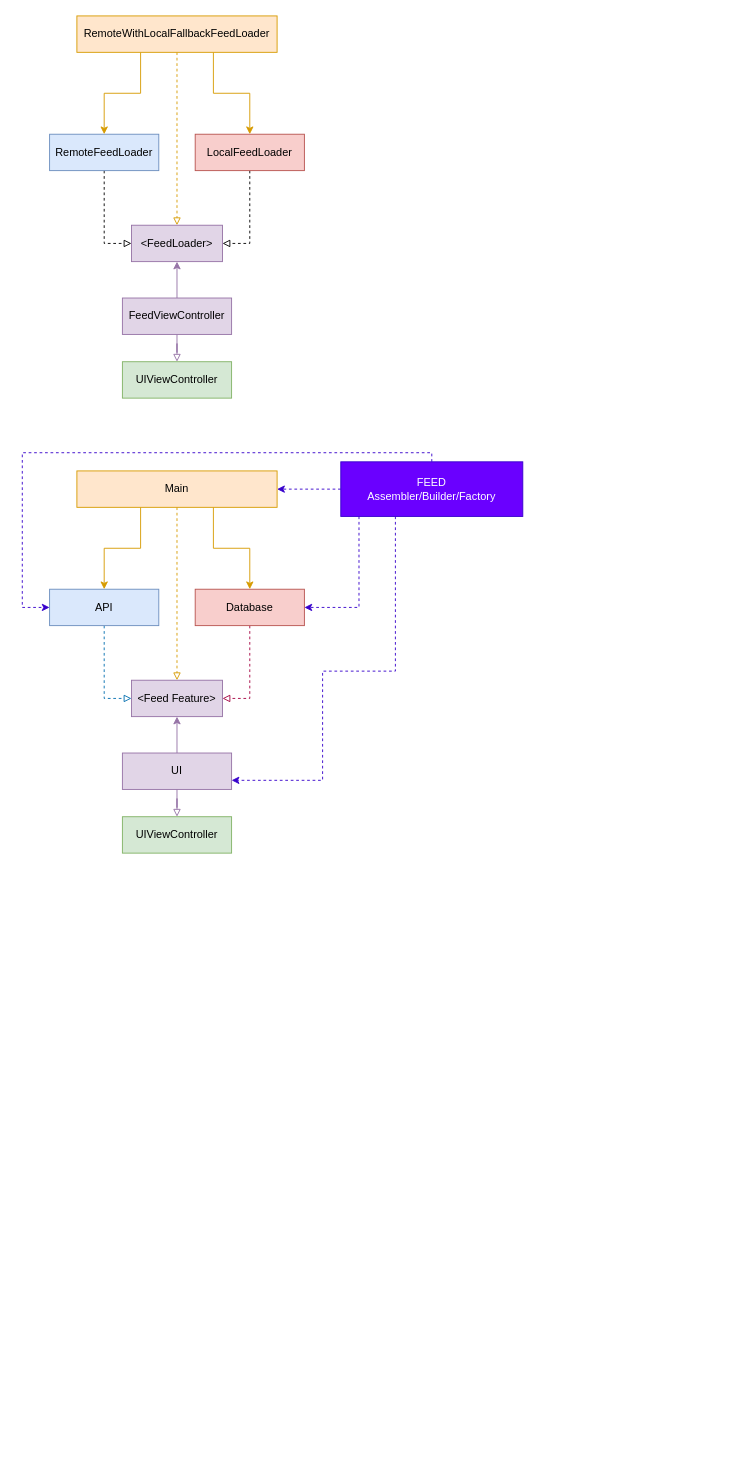
Before: Untitled Diagram.drawio in zmkhtr/diagrams, a draw.io diagram. Source tidied: cells renumbered, new cells numbered last; positions are measured from the earlier drawing's top-left corner, leaving out a move shared by most shapes. Both pictures are drawn from the tidied source at 91%, with x=0, y=0 at pixel (22, 15).
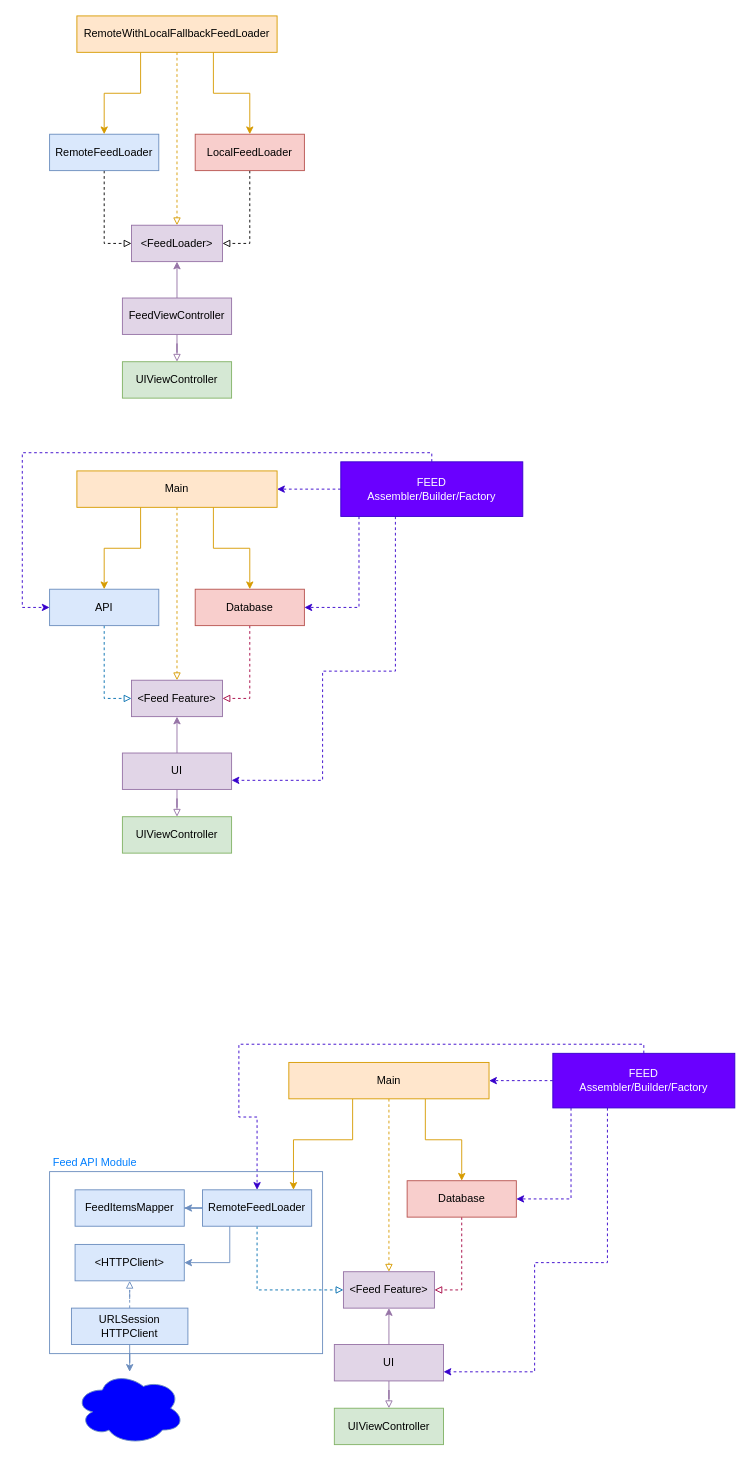
The same diagram, later.

The edit, as a diff of the source:
```diff
@@
+    <mxCell id="33" style="edgeStyle=orthogonalEdgeStyle;rounded=0;jettySize=auto;html=1;fontColor=#1726FF;endArrow=block;endFill=0;fillColor=#e1d5e7;strokeColor=#9673a6;" parent="1" edge="1" source="35" target="36">
+      <mxGeometry relative="1" as="geometry" />
+    </mxCell>
+    <mxCell id="34" style="edgeStyle=orthogonalEdgeStyle;rounded=0;jettySize=auto;html=1;fontColor=#1726FF;endArrow=classic;endFill=1;fillColor=#e1d5e7;strokeColor=#9673a6;" parent="1" edge="1" source="35" target="37">
+      <mxGeometry relative="1" as="geometry" />
+    </mxCell>
+    <mxCell id="35" value="UI" style="rounded=0;whiteSpace=wrap;html=1;fillColor=#e1d5e7;strokeColor=#9673a6;" parent="1" vertex="1">
+      <mxGeometry x="342.9" y="1460" width="120" height="40" as="geometry" />
+    </mxCell>
+    <mxCell id="36" value="UIViewController" style="rounded=0;whiteSpace=wrap;html=1;fillColor=#d5e8d4;strokeColor=#82b366;" parent="1" vertex="1">
+      <mxGeometry x="342.9" y="1530" width="120" height="40" as="geometry" />
+    </mxCell>
+    <mxCell id="37" value="&amp;lt;Feed Feature&amp;gt;" style="rounded=0;whiteSpace=wrap;html=1;fillColor=#e1d5e7;strokeColor=#9673a6;" parent="1" vertex="1">
+      <mxGeometry x="352.9" y="1380" width="100" height="40" as="geometry" />
+    </mxCell>
+    <mxCell id="38" style="edgeStyle=orthogonalEdgeStyle;rounded=0;jettySize=auto;html=1;entryX=0;entryY=0.5;entryDx=0;entryDy=0;fontColor=#1726FF;endArrow=block;endFill=0;dashed=1;fillColor=#1ba1e2;strokeColor=#006EAF;exitX=0.5;exitY=1;exitDx=0;exitDy=0;" parent="1" edge="1" source="41" target="37">
+      <mxGeometry relative="1" as="geometry" />
+    </mxCell>
+    <mxCell id="39" style="edgeStyle=orthogonalEdgeStyle;rounded=0;jettySize=auto;html=1;entryX=1;entryY=0.5;entryDx=0;entryDy=0;fillColor=#dae8fc;strokeColor=#6c8ebf;" parent="1" edge="1" source="41" target="54">
+      <mxGeometry relative="1" as="geometry">
+        <Array as="points">
+          <mxPoint x="228" y="1370" />
+        </Array>
+      </mxGeometry>
+    </mxCell>
+    <mxCell id="40" style="edgeStyle=orthogonalEdgeStyle;rounded=0;jettySize=auto;html=1;fillColor=#dae8fc;strokeColor=#6c8ebf;" parent="1" edge="1" source="41" target="53">
+      <mxGeometry relative="1" as="geometry" />
+    </mxCell>
+    <mxCell id="41" value="RemoteFeedLoader" style="rounded=0;whiteSpace=wrap;html=1;fillColor=#dae8fc;strokeColor=#6c8ebf;" parent="1" vertex="1">
+      <mxGeometry x="198" y="1290" width="120" height="40" as="geometry" />
+    </mxCell>
+    <mxCell id="42" style="edgeStyle=orthogonalEdgeStyle;rounded=0;jettySize=auto;html=1;entryX=1;entryY=0.5;entryDx=0;entryDy=0;fontColor=#1726FF;endArrow=block;endFill=0;dashed=1;fillColor=#d80073;strokeColor=#A50040;" parent="1" edge="1" source="43" target="37">
+      <mxGeometry relative="1" as="geometry" />
+    </mxCell>
+    <mxCell id="43" value="Database" style="rounded=0;whiteSpace=wrap;html=1;fillColor=#f8cecc;strokeColor=#b85450;" parent="1" vertex="1">
+      <mxGeometry x="422.9" y="1280" width="120" height="40" as="geometry" />
+    </mxCell>
+    <mxCell id="44" style="edgeStyle=orthogonalEdgeStyle;rounded=0;jettySize=auto;html=1;dashed=1;fontColor=#1726FF;endArrow=block;endFill=0;fillColor=#ffe6cc;strokeColor=#d79b00;" parent="1" edge="1" source="47" target="37">
+      <mxGeometry relative="1" as="geometry" />
+    </mxCell>
+    <mxCell id="45" style="edgeStyle=orthogonalEdgeStyle;rounded=0;jettySize=auto;html=1;fontColor=#1726FF;endArrow=classic;endFill=1;strokeColor=#d79b00;fillColor=#ffe6cc;" parent="1" edge="1" source="47" target="41">
+      <mxGeometry relative="1" as="geometry">
+        <Array as="points">
+          <mxPoint x="363" y="1235" />
+          <mxPoint x="298" y="1235" />
+        </Array>
+      </mxGeometry>
+    </mxCell>
+    <mxCell id="46" style="edgeStyle=orthogonalEdgeStyle;rounded=0;jettySize=auto;html=1;fontColor=#1726FF;endArrow=classic;endFill=1;strokeColor=#d79b00;fillColor=#ffe6cc;" parent="1" edge="1" source="47" target="43">
+      <mxGeometry relative="1" as="geometry">
+        <Array as="points">
+          <mxPoint x="442.9" y="1235" />
+          <mxPoint x="482.9" y="1235" />
+        </Array>
+      </mxGeometry>
+    </mxCell>
+    <mxCell id="47" value="Main" style="rounded=0;whiteSpace=wrap;html=1;fillColor=#ffe6cc;strokeColor=#d79b00;" parent="1" vertex="1">
+      <mxGeometry x="292.9" y="1150" width="220" height="40" as="geometry" />
+    </mxCell>
+    <mxCell id="48" style="edgeStyle=orthogonalEdgeStyle;rounded=0;jettySize=auto;html=1;dashed=1;fillColor=#6a00ff;strokeColor=#3700CC;entryX=0.5;entryY=0;entryDx=0;entryDy=0;" parent="1" edge="1" source="52" target="41">
+      <mxGeometry relative="1" as="geometry">
+        <Array as="points">
+          <mxPoint x="683" y="1130" />
+          <mxPoint x="238" y="1130" />
+          <mxPoint x="238" y="1210" />
+          <mxPoint x="258" y="1210" />
+        </Array>
+      </mxGeometry>
+    </mxCell>
+    <mxCell id="49" style="edgeStyle=orthogonalEdgeStyle;rounded=0;jettySize=auto;html=1;dashed=1;fillColor=#6a00ff;strokeColor=#3700CC;" parent="1" edge="1" source="52">
+      <mxGeometry relative="1" as="geometry">
+        <mxPoint x="513" y="1170" as="targetPoint" />
+        <Array as="points">
+          <mxPoint x="513" y="1170" />
+        </Array>
+      </mxGeometry>
+    </mxCell>
+    <mxCell id="50" style="edgeStyle=orthogonalEdgeStyle;rounded=0;jettySize=auto;html=1;entryX=1;entryY=0.5;entryDx=0;entryDy=0;dashed=1;fillColor=#6a00ff;strokeColor=#3700CC;" parent="1" edge="1" source="52" target="43">
+      <mxGeometry relative="1" as="geometry">
+        <Array as="points">
+          <mxPoint x="603" y="1300" />
+        </Array>
+      </mxGeometry>
+    </mxCell>
+    <mxCell id="51" style="edgeStyle=orthogonalEdgeStyle;rounded=0;jettySize=auto;html=1;entryX=1;entryY=0.75;entryDx=0;entryDy=0;dashed=1;fillColor=#6a00ff;strokeColor=#3700CC;" parent="1" edge="1" source="52" target="35">
+      <mxGeometry relative="1" as="geometry">
+        <Array as="points">
+          <mxPoint x="643" y="1370" />
+          <mxPoint x="563" y="1370" />
+          <mxPoint x="563" y="1490" />
+        </Array>
+      </mxGeometry>
+    </mxCell>
+    <mxCell id="52" value="FEED&lt;br&gt;Assembler/Builder/Factory" style="rounded=0;whiteSpace=wrap;html=1;fillColor=#6a00ff;strokeColor=#3700CC;fontColor=#ffffff;" parent="1" vertex="1">
+      <mxGeometry x="583" y="1140" width="200" height="60" as="geometry" />
+    </mxCell>
+    <mxCell id="53" value="FeedItemsMapper" style="rounded=0;whiteSpace=wrap;html=1;fillColor=#dae8fc;strokeColor=#6c8ebf;" parent="1" vertex="1">
+      <mxGeometry x="58" y="1290" width="120" height="40" as="geometry" />
+    </mxCell>
+    <mxCell id="54" value="&amp;lt;HTTPClient&amp;gt;" style="rounded=0;whiteSpace=wrap;html=1;fillColor=#dae8fc;strokeColor=#6c8ebf;" parent="1" vertex="1">
+      <mxGeometry x="58" y="1350" width="120" height="40" as="geometry" />
+    </mxCell>
+    <mxCell id="55" style="edgeStyle=orthogonalEdgeStyle;rounded=0;jettySize=auto;html=1;fillColor=#dae8fc;strokeColor=#6c8ebf;" parent="1" edge="1" source="57" target="58">
+      <mxGeometry relative="1" as="geometry" />
+    </mxCell>
+    <mxCell id="56" style="edgeStyle=orthogonalEdgeStyle;rounded=0;jettySize=auto;html=1;endArrow=block;endFill=0;dashed=1;fillColor=#dae8fc;strokeColor=#6c8ebf;" parent="1" edge="1" source="57" target="54">
+      <mxGeometry relative="1" as="geometry" />
+    </mxCell>
+    <mxCell id="57" value="URLSession&lt;br&gt;HTTPClient" style="rounded=0;whiteSpace=wrap;html=1;fillColor=#dae8fc;strokeColor=#6c8ebf;" parent="1" vertex="1">
+      <mxGeometry x="54" y="1420" width="128" height="40" as="geometry" />
+    </mxCell>
+    <mxCell id="58" style="ellipse;shape=cloud;whiteSpace=wrap;html=1;fillColor=#0000FF;strokeColor=#6c8ebf;" parent="1" vertex="1">
+      <mxGeometry x="58" y="1490" width="120" height="80" as="geometry" />
+    </mxCell>
+    <mxCell id="59" style="rounded=0;whiteSpace=wrap;html=1;fillColor=none;strokeColor=#6c8ebf;" parent="1" vertex="1">
+      <mxGeometry x="30" y="1270" width="300" height="200" as="geometry" />
+    </mxCell>
+    <mxCell id="60" value="Feed API Module" style="text;html=1;strokeColor=none;fillColor=none;align=center;verticalAlign=middle;whiteSpace=wrap;rounded=0;fontColor=#007FFF;" parent="1" vertex="1">
+      <mxGeometry x="30" y="1250" width="100" height="20" as="geometry" />
+    </mxCell>
```
